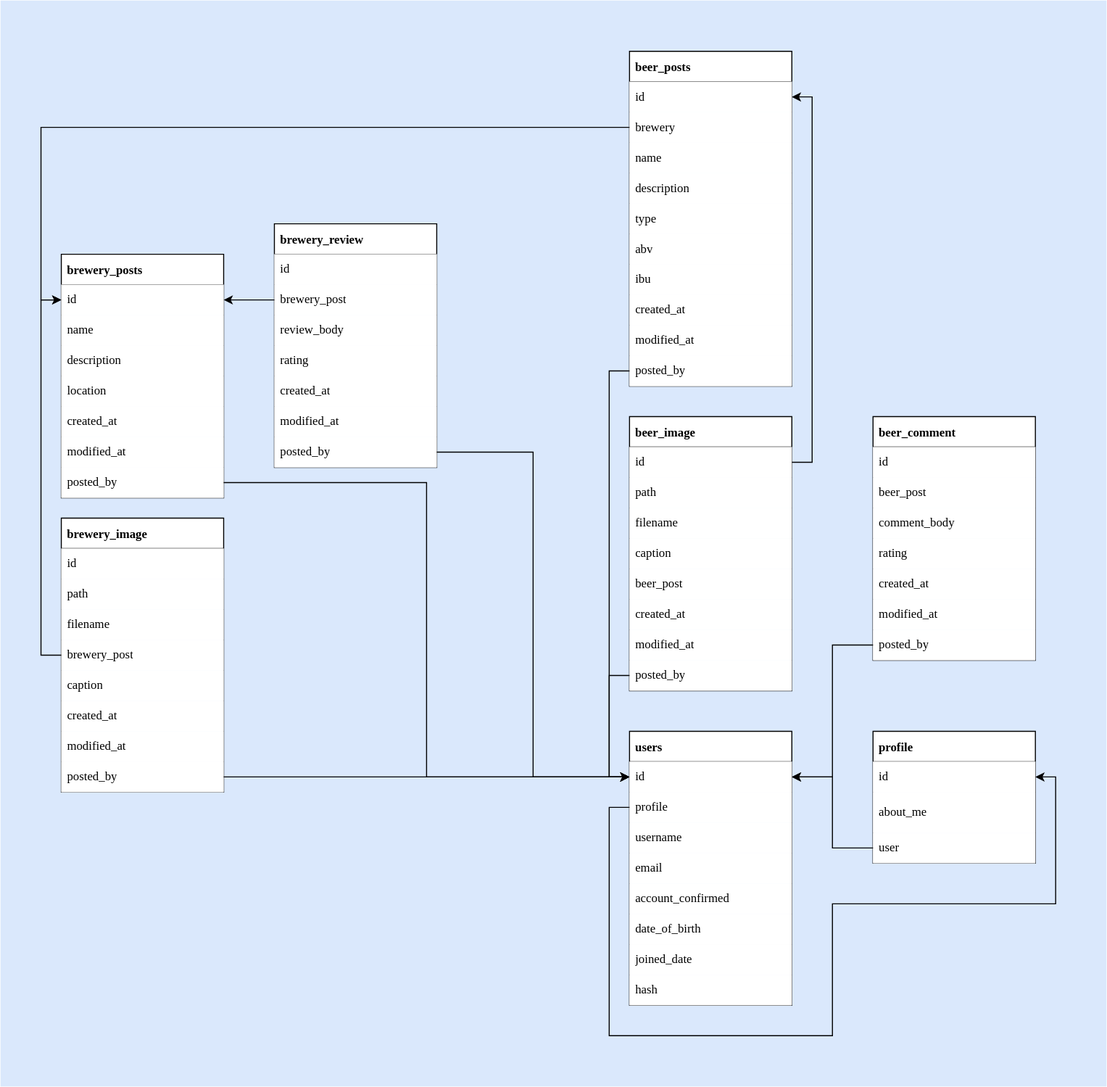
Earlier version of the draw.io export documentationAssets/biergarten_schema.drawio.svg (aaronpo97/biergarten-api). Source tidied: cells renumbered, new cells last; positions are measured from the earlier drawing's top-left corner, leaving out a move shared by most shapes.
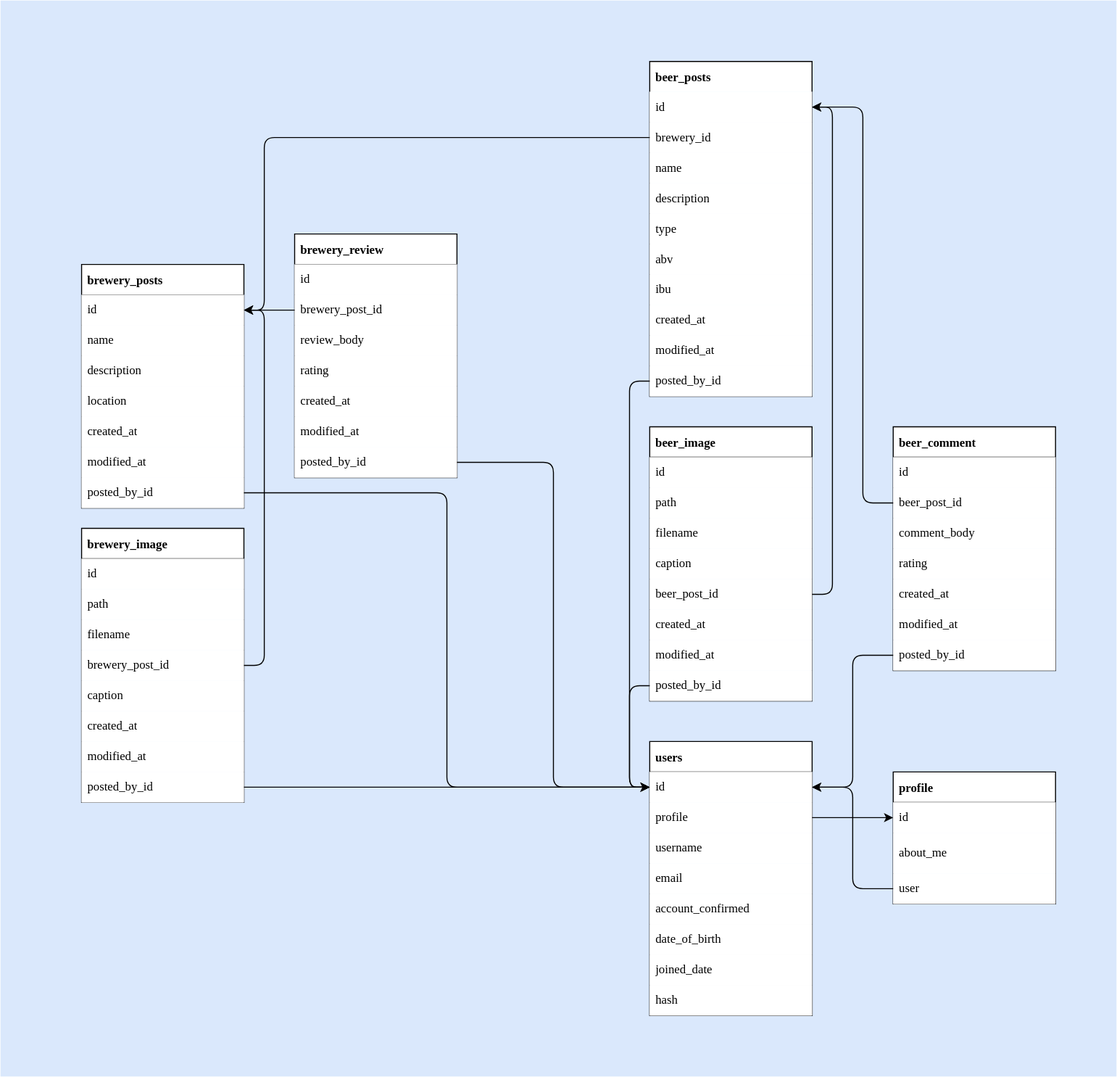
The same file after the commit.

Commit message:
Update biergarten schema diagram, update gitignore

The edit, as a diff of the source:
```diff
@@ -5,5 +5,5 @@
     <mxCell id="2" style="rounded=0;whiteSpace=wrap;html=1;shadow=0;sketch=0;fontFamily=Tahoma;strokeColor=none;fillColor=#dae8fc;" parent="1" vertex="1">
-      <mxGeometry width="1090" height="1070" as="geometry" />
+      <mxGeometry x="-20" y="-10" width="1100" height="1060" as="geometry" />
     </mxCell>
-    <mxCell id="3" value="beer_posts" style="shape=table;startSize=30;rowLines=0;fontStyle=1;align=left;verticalAlign=middle;spacingLeft=4;fontFamily=Tahoma;swimlaneLine=1;shadow=0;rounded=0;fillColor=#FFFFFF;strokeColor=default;sketch=0;" parent="1" vertex="1">
+    <mxCell id="3" value="beer_posts" style="shape=table;startSize=30;rowLines=0;fontStyle=1;align=left;verticalAlign=middle;spacingLeft=4;fontFamily=Tahoma;swimlaneLine=0;shadow=0;rounded=0;fillColor=default;strokeColor=default;sketch=0;" parent="1" vertex="1">
       <mxGeometry x="619.9" y="50" width="160" height="330" as="geometry" />
@@ -19,3 +19,3 @@
     </mxCell>
-    <mxCell id="7" value="brewery" style="shape=partialRectangle;html=1;whiteSpace=wrap;top=0;left=0;bottom=0;right=0;align=left;spacingLeft=4;overflow=hidden;verticalAlign=middle;fontFamily=Tahoma;strokeColor=default;" parent="6" vertex="1">
+    <mxCell id="7" value="brewery_id" style="shape=partialRectangle;html=1;whiteSpace=wrap;top=0;left=0;bottom=0;right=0;align=left;spacingLeft=4;overflow=hidden;verticalAlign=middle;fontFamily=Tahoma;strokeColor=default;" parent="6" vertex="1">
       <mxGeometry width="160" height="30" as="geometry" />
@@ -67,3 +67,3 @@
     </mxCell>
-    <mxCell id="23" value="posted_by" style="shape=partialRectangle;html=1;whiteSpace=wrap;top=0;left=0;bottom=0;right=0;align=left;spacingLeft=4;overflow=hidden;verticalAlign=middle;fontFamily=Tahoma;" parent="22" vertex="1">
+    <mxCell id="23" value="posted_by_id" style="shape=partialRectangle;html=1;whiteSpace=wrap;top=0;left=0;bottom=0;right=0;align=left;spacingLeft=4;overflow=hidden;verticalAlign=middle;fontFamily=Tahoma;" parent="22" vertex="1">
       <mxGeometry width="160" height="30" as="geometry" />
@@ -71,6 +71,6 @@
     <mxCell id="24" value="users" style="shape=table;startSize=30;rowLines=0;fontStyle=1;align=left;verticalAlign=middle;spacingLeft=4;fontFamily=Tahoma;" parent="1" vertex="1">
-      <mxGeometry x="619.9" y="720" width="160" height="270" as="geometry" />
+      <mxGeometry x="619.9" y="720" width="160.1" height="270" as="geometry" />
     </mxCell>
     <mxCell id="25" style="shape=tableRow;horizontal=0;startSize=0;swimlaneHead=0;swimlaneBody=0;top=0;left=0;bottom=0;right=0;align=left;verticalAlign=middle;spacingLeft=4;fontFamily=Tahoma;" parent="24" vertex="1">
-      <mxGeometry y="30" width="160" height="30" as="geometry" />
+      <mxGeometry y="30" width="160.1" height="30" as="geometry" />
     </mxCell>
@@ -80,3 +80,3 @@
     <mxCell id="27" style="shape=tableRow;horizontal=0;startSize=0;swimlaneHead=0;swimlaneBody=0;top=0;left=0;bottom=0;right=0;points=[[0,0.5],[1,0.5]];portConstraint=eastwest;align=left;verticalAlign=middle;spacingLeft=4;fontFamily=Tahoma;" parent="24" vertex="1">
-      <mxGeometry y="60" width="160" height="30" as="geometry" />
+      <mxGeometry y="60" width="160.1" height="30" as="geometry" />
     </mxCell>
@@ -86,3 +86,3 @@
     <mxCell id="29" style="shape=tableRow;horizontal=0;startSize=0;swimlaneHead=0;swimlaneBody=0;top=0;left=0;bottom=0;right=0;align=left;verticalAlign=middle;spacingLeft=4;fontFamily=Tahoma;" parent="24" vertex="1">
-      <mxGeometry y="90" width="160" height="30" as="geometry" />
+      <mxGeometry y="90" width="160.1" height="30" as="geometry" />
     </mxCell>
@@ -92,3 +92,3 @@
     <mxCell id="31" style="shape=tableRow;horizontal=0;startSize=0;swimlaneHead=0;swimlaneBody=0;top=0;left=0;bottom=0;right=0;align=left;verticalAlign=middle;spacingLeft=4;fontFamily=Tahoma;" parent="24" vertex="1">
-      <mxGeometry y="120" width="160" height="30" as="geometry" />
+      <mxGeometry y="120" width="160.1" height="30" as="geometry" />
     </mxCell>
@@ -98,3 +98,3 @@
     <mxCell id="33" style="shape=tableRow;horizontal=0;startSize=0;swimlaneHead=0;swimlaneBody=0;top=0;left=0;bottom=0;right=0;align=left;verticalAlign=middle;spacingLeft=4;fontFamily=Tahoma;" parent="24" vertex="1">
-      <mxGeometry y="150" width="160" height="30" as="geometry" />
+      <mxGeometry y="150" width="160.1" height="30" as="geometry" />
     </mxCell>
@@ -104,3 +104,3 @@
     <mxCell id="35" style="shape=tableRow;horizontal=0;startSize=0;swimlaneHead=0;swimlaneBody=0;top=0;left=0;bottom=0;right=0;align=left;verticalAlign=middle;spacingLeft=4;fontFamily=Tahoma;" parent="24" vertex="1">
-      <mxGeometry y="180" width="160" height="30" as="geometry" />
+      <mxGeometry y="180" width="160.1" height="30" as="geometry" />
     </mxCell>
@@ -110,3 +110,3 @@
     <mxCell id="37" style="shape=tableRow;horizontal=0;startSize=0;swimlaneHead=0;swimlaneBody=0;top=0;left=0;bottom=0;right=0;align=left;verticalAlign=middle;spacingLeft=4;fontFamily=Tahoma;" parent="24" vertex="1">
-      <mxGeometry y="210" width="160" height="30" as="geometry" />
+      <mxGeometry y="210" width="160.1" height="30" as="geometry" />
     </mxCell>
@@ -116,3 +116,3 @@
     <mxCell id="39" style="shape=tableRow;horizontal=0;startSize=0;swimlaneHead=0;swimlaneBody=0;top=0;left=0;bottom=0;right=0;align=left;verticalAlign=middle;spacingLeft=4;fontFamily=Tahoma;" parent="24" vertex="1">
-      <mxGeometry y="240" width="160" height="30" as="geometry" />
+      <mxGeometry y="240" width="160.1" height="30" as="geometry" />
     </mxCell>
@@ -166,3 +166,3 @@
     </mxCell>
-    <mxCell id="56" value="posted_by" style="shape=partialRectangle;html=1;whiteSpace=wrap;top=0;left=0;bottom=0;right=0;align=left;spacingLeft=4;overflow=hidden;verticalAlign=middle;fontFamily=Tahoma;" parent="55" vertex="1">
+    <mxCell id="56" value="posted_by_id" style="shape=partialRectangle;html=1;whiteSpace=wrap;top=0;left=0;bottom=0;right=0;align=left;spacingLeft=4;overflow=hidden;verticalAlign=middle;fontFamily=Tahoma;" parent="55" vertex="1">
       <mxGeometry width="160" height="30" as="geometry" />
@@ -170,3 +170,3 @@
     <mxCell id="57" value="profile" style="shape=table;startSize=30;rowLines=0;fontStyle=1;align=left;verticalAlign=middle;spacingLeft=4;fontFamily=Tahoma;" parent="1" vertex="1">
-      <mxGeometry x="859.9" y="720" width="160" height="130" as="geometry" />
+      <mxGeometry x="859.9" y="750" width="160" height="130" as="geometry" />
     </mxCell>
@@ -214,3 +214,3 @@
     </mxCell>
-    <mxCell id="72" value="brewery_post" style="shape=partialRectangle;html=1;whiteSpace=wrap;top=0;left=0;bottom=0;right=0;align=left;spacingLeft=4;overflow=hidden;verticalAlign=middle;fontFamily=Tahoma;" parent="71" vertex="1">
+    <mxCell id="72" value="brewery_post_id" style="shape=partialRectangle;html=1;whiteSpace=wrap;top=0;left=0;bottom=0;right=0;align=left;spacingLeft=4;overflow=hidden;verticalAlign=middle;fontFamily=Tahoma;" parent="71" vertex="1">
       <mxGeometry width="160" height="30" as="geometry" />
@@ -238,3 +238,3 @@
     </mxCell>
-    <mxCell id="80" value="posted_by" style="shape=partialRectangle;html=1;whiteSpace=wrap;top=0;left=0;bottom=0;right=0;align=left;spacingLeft=4;overflow=hidden;verticalAlign=middle;fontFamily=Tahoma;" parent="79" vertex="1">
+    <mxCell id="80" value="posted_by_id" style="shape=partialRectangle;html=1;whiteSpace=wrap;top=0;left=0;bottom=0;right=0;align=left;spacingLeft=4;overflow=hidden;verticalAlign=middle;fontFamily=Tahoma;" parent="79" vertex="1">
       <mxGeometry width="160" height="30" as="geometry" />
@@ -271,3 +271,3 @@
     </mxCell>
-    <mxCell id="91" value="beer_post" style="shape=partialRectangle;html=1;whiteSpace=wrap;top=0;left=0;bottom=0;right=0;align=left;spacingLeft=4;overflow=hidden;verticalAlign=middle;fontFamily=Tahoma;" parent="90" vertex="1">
+    <mxCell id="91" value="beer_post_id" style="shape=partialRectangle;html=1;whiteSpace=wrap;top=0;left=0;bottom=0;right=0;align=left;spacingLeft=4;overflow=hidden;verticalAlign=middle;fontFamily=Tahoma;" parent="90" vertex="1">
       <mxGeometry width="160" height="30" as="geometry" />
@@ -289,3 +289,3 @@
     </mxCell>
-    <mxCell id="97" value="posted_by" style="shape=partialRectangle;html=1;whiteSpace=wrap;top=0;left=0;bottom=0;right=0;align=left;spacingLeft=4;overflow=hidden;verticalAlign=middle;fontFamily=Tahoma;" parent="96" vertex="1">
+    <mxCell id="97" value="posted_by_id" style="shape=partialRectangle;html=1;whiteSpace=wrap;top=0;left=0;bottom=0;right=0;align=left;spacingLeft=4;overflow=hidden;verticalAlign=middle;fontFamily=Tahoma;" parent="96" vertex="1">
       <mxGeometry width="160" height="30" as="geometry" />
@@ -304,3 +304,3 @@
     </mxCell>
-    <mxCell id="102" value="brewery_post" style="shape=partialRectangle;html=1;whiteSpace=wrap;top=0;left=0;bottom=0;right=0;align=left;spacingLeft=4;overflow=hidden;verticalAlign=middle;fontFamily=Tahoma;" parent="101" vertex="1">
+    <mxCell id="102" value="brewery_post_id" style="shape=partialRectangle;html=1;whiteSpace=wrap;top=0;left=0;bottom=0;right=0;align=left;spacingLeft=4;overflow=hidden;verticalAlign=middle;fontFamily=Tahoma;" parent="101" vertex="1">
       <mxGeometry width="160" height="30" as="geometry" />
@@ -334,3 +334,3 @@
     </mxCell>
-    <mxCell id="112" value="posted_by" style="shape=partialRectangle;html=1;whiteSpace=wrap;top=0;left=0;bottom=0;right=0;align=left;spacingLeft=4;overflow=hidden;verticalAlign=middle;fontFamily=Tahoma;" parent="111" vertex="1">
+    <mxCell id="112" value="posted_by_id" style="shape=partialRectangle;html=1;whiteSpace=wrap;top=0;left=0;bottom=0;right=0;align=left;spacingLeft=4;overflow=hidden;verticalAlign=middle;fontFamily=Tahoma;" parent="111" vertex="1">
       <mxGeometry width="160" height="30" as="geometry" />
@@ -349,3 +349,3 @@
     </mxCell>
-    <mxCell id="117" value="beer_post" style="shape=partialRectangle;html=1;whiteSpace=wrap;top=0;left=0;bottom=0;right=0;align=left;spacingLeft=4;overflow=hidden;verticalAlign=middle;fontFamily=Tahoma;" parent="116" vertex="1">
+    <mxCell id="117" value="beer_post_id" style="shape=partialRectangle;html=1;whiteSpace=wrap;top=0;left=0;bottom=0;right=0;align=left;spacingLeft=4;overflow=hidden;verticalAlign=middle;fontFamily=Tahoma;" parent="116" vertex="1">
       <mxGeometry width="160" height="30" as="geometry" />
@@ -379,3 +379,3 @@
     </mxCell>
-    <mxCell id="127" value="posted_by" style="shape=partialRectangle;html=1;whiteSpace=wrap;top=0;left=0;bottom=0;right=0;align=left;spacingLeft=4;overflow=hidden;verticalAlign=middle;fontFamily=Tahoma;" parent="126" vertex="1">
+    <mxCell id="127" value="posted_by_id" style="shape=partialRectangle;html=1;whiteSpace=wrap;top=0;left=0;bottom=0;right=0;align=left;spacingLeft=4;overflow=hidden;verticalAlign=middle;fontFamily=Tahoma;" parent="126" vertex="1">
       <mxGeometry width="160" height="30" as="geometry" />
@@ -385,43 +385,47 @@
     </mxCell>
-    <mxCell id="129" style="edgeStyle=orthogonalEdgeStyle;rounded=0;jettySize=auto;html=1;entryX=0;entryY=0.5;entryDx=0;entryDy=0;fontFamily=Tahoma;" parent="1" edge="1" source="112" target="26">
+    <mxCell id="129" style="edgeStyle=orthogonalEdgeStyle;rounded=1;jettySize=auto;html=1;entryX=0;entryY=0.5;entryDx=0;entryDy=0;fontFamily=Tahoma;" parent="1" edge="1" source="112" target="26">
       <mxGeometry relative="1" as="geometry" />
     </mxCell>
-    <mxCell id="130" style="edgeStyle=orthogonalEdgeStyle;rounded=0;jettySize=auto;html=1;entryX=0;entryY=0.5;entryDx=0;entryDy=0;fontFamily=Tahoma;exitX=0;exitY=0.5;exitDx=0;exitDy=0;" parent="1" edge="1" source="23" target="26">
+    <mxCell id="130" style="edgeStyle=orthogonalEdgeStyle;rounded=1;jettySize=auto;html=1;entryX=0;entryY=0.5;entryDx=0;entryDy=0;fontFamily=Tahoma;exitX=0;exitY=0.5;exitDx=0;exitDy=0;" parent="1" edge="1" source="23" target="26">
       <mxGeometry relative="1" as="geometry" />
     </mxCell>
-    <mxCell id="131" style="edgeStyle=orthogonalEdgeStyle;rounded=0;jettySize=auto;html=1;entryX=0;entryY=0.5;entryDx=0;entryDy=0;fontFamily=Tahoma;" parent="1" edge="1" source="80" target="26">
+    <mxCell id="131" style="edgeStyle=orthogonalEdgeStyle;rounded=1;jettySize=auto;html=1;entryX=0;entryY=0.5;entryDx=0;entryDy=0;fontFamily=Tahoma;" parent="1" edge="1" source="80" target="26">
       <mxGeometry relative="1" as="geometry" />
     </mxCell>
-    <mxCell id="132" style="edgeStyle=orthogonalEdgeStyle;rounded=0;jettySize=auto;html=1;entryX=0;entryY=0.5;entryDx=0;entryDy=0;fontFamily=Tahoma;exitX=0;exitY=0.5;exitDx=0;exitDy=0;" parent="1" edge="1" source="72" target="44">
-      <mxGeometry relative="1" as="geometry" />
-    </mxCell>
-    <mxCell id="133" style="edgeStyle=orthogonalEdgeStyle;rounded=0;jettySize=auto;html=1;entryX=0;entryY=0.5;entryDx=0;entryDy=0;fontFamily=Tahoma;" parent="1" edge="1" source="7" target="44">
-      <mxGeometry relative="1" as="geometry" />
-    </mxCell>
-    <mxCell id="134" style="edgeStyle=orthogonalEdgeStyle;rounded=0;jettySize=auto;html=1;exitX=0;exitY=0.5;exitDx=0;exitDy=0;entryX=1;entryY=0.5;entryDx=0;entryDy=0;fontFamily=Tahoma;" parent="1" edge="1" source="127" target="26">
+    <mxCell id="134" style="edgeStyle=orthogonalEdgeStyle;rounded=1;jettySize=auto;html=1;exitX=0;exitY=0.5;exitDx=0;exitDy=0;entryX=1;entryY=0.5;entryDx=0;entryDy=0;fontFamily=Tahoma;" parent="1" edge="1" source="127" target="26">
       <mxGeometry relative="1" as="geometry" />
     </mxCell>
-    <mxCell id="135" style="edgeStyle=orthogonalEdgeStyle;rounded=0;jettySize=auto;html=1;entryX=1;entryY=0.5;entryDx=0;entryDy=0;fontFamily=Tahoma;" parent="1" edge="1" source="63" target="26">
+    <mxCell id="135" style="edgeStyle=orthogonalEdgeStyle;rounded=1;jettySize=auto;html=1;entryX=1;entryY=0.5;entryDx=0;entryDy=0;fontFamily=Tahoma;" parent="1" edge="1" source="63" target="26">
       <mxGeometry relative="1" as="geometry" />
     </mxCell>
-    <mxCell id="136" style="edgeStyle=orthogonalEdgeStyle;rounded=0;jettySize=auto;html=1;entryX=0;entryY=0.5;entryDx=0;entryDy=0;fontFamily=Tahoma;exitX=0;exitY=0.5;exitDx=0;exitDy=0;" parent="1" edge="1" source="97" target="26">
+    <mxCell id="136" style="edgeStyle=orthogonalEdgeStyle;rounded=1;jettySize=auto;html=1;entryX=0;entryY=0.5;entryDx=0;entryDy=0;fontFamily=Tahoma;exitX=0;exitY=0.5;exitDx=0;exitDy=0;" parent="1" edge="1" source="97" target="26">
       <mxGeometry relative="1" as="geometry" />
     </mxCell>
-    <mxCell id="137" style="edgeStyle=orthogonalEdgeStyle;rounded=0;jettySize=auto;html=1;entryX=1;entryY=0.5;entryDx=0;entryDy=0;fontFamily=Tahoma;exitX=1;exitY=0.5;exitDx=0;exitDy=0;" parent="1" edge="1" source="83" target="5">
+    <mxCell id="137" style="edgeStyle=orthogonalEdgeStyle;rounded=1;jettySize=auto;html=1;entryX=1;entryY=0.5;entryDx=0;entryDy=0;fontFamily=Tahoma;exitX=1;exitY=0.5;exitDx=0;exitDy=0;" parent="1" edge="1" source="91" target="5">
       <mxGeometry relative="1" as="geometry" />
     </mxCell>
-    <mxCell id="138" style="edgeStyle=orthogonalEdgeStyle;rounded=0;jettySize=auto;html=1;entryX=0;entryY=0.5;entryDx=0;entryDy=0;fontFamily=Tahoma;" parent="1" edge="1" source="56" target="26">
+    <mxCell id="138" style="edgeStyle=orthogonalEdgeStyle;rounded=1;jettySize=auto;html=1;entryX=0;entryY=0.5;entryDx=0;entryDy=0;fontFamily=Tahoma;" parent="1" edge="1" source="56" target="26">
       <mxGeometry relative="1" as="geometry" />
     </mxCell>
+    <mxCell id="140" style="edgeStyle=none;html=1;entryX=1;entryY=0.5;entryDx=0;entryDy=0;exitX=0;exitY=0.5;exitDx=0;exitDy=0;" parent="1" edge="1" source="117" target="5">
+      <mxGeometry relative="1" as="geometry">
+        <Array as="points">
+          <mxPoint x="830" y="485" />
+          <mxPoint x="830" y="95" />
+        </Array>
+      </mxGeometry>
+    </mxCell>
+    <mxCell id="132" style="edgeStyle=orthogonalEdgeStyle;rounded=1;jettySize=auto;html=1;entryX=1;entryY=0.5;entryDx=0;entryDy=0;exitX=1;exitY=0.5;exitDx=0;exitDy=0;" parent="1" edge="1" source="72" target="44">
+      <mxGeometry relative="1" as="geometry" />
+    </mxCell>
+    <mxCell id="133" style="edgeStyle=orthogonalEdgeStyle;rounded=1;jettySize=auto;html=1;entryX=1;entryY=0.5;entryDx=0;entryDy=0;" parent="1" edge="1" source="7" target="44">
+      <mxGeometry relative="1" as="geometry">
+        <Array as="points">
+          <mxPoint x="240" y="125" />
+          <mxPoint x="240" y="295" />
+        </Array>
+      </mxGeometry>
+    </mxCell>
-    <mxCell id="139" style="edgeStyle=orthogonalEdgeStyle;rounded=0;jettySize=auto;html=1;exitX=0;exitY=0.5;exitDx=0;exitDy=0;entryX=1;entryY=0.5;entryDx=0;entryDy=0;fontFamily=Tahoma;" parent="1" edge="1" source="28" target="59">
-      <mxGeometry relative="1" as="geometry">
-        <Array as="points">
-          <mxPoint x="599.9" y="795" />
-          <mxPoint x="599.9" y="1020" />
-          <mxPoint x="819.9" y="1020" />
-          <mxPoint x="819.9" y="890" />
-          <mxPoint x="1039.9" y="890" />
-          <mxPoint x="1039.9" y="765" />
-        </Array>
-      </mxGeometry>
+    <mxCell id="139" style="edgeStyle=orthogonalEdgeStyle;rounded=1;jettySize=auto;html=1;entryX=0;entryY=0.5;entryDx=0;entryDy=0;" parent="1" edge="1" source="28" target="59">
+      <mxGeometry relative="1" as="geometry" />
     </mxCell>
```
